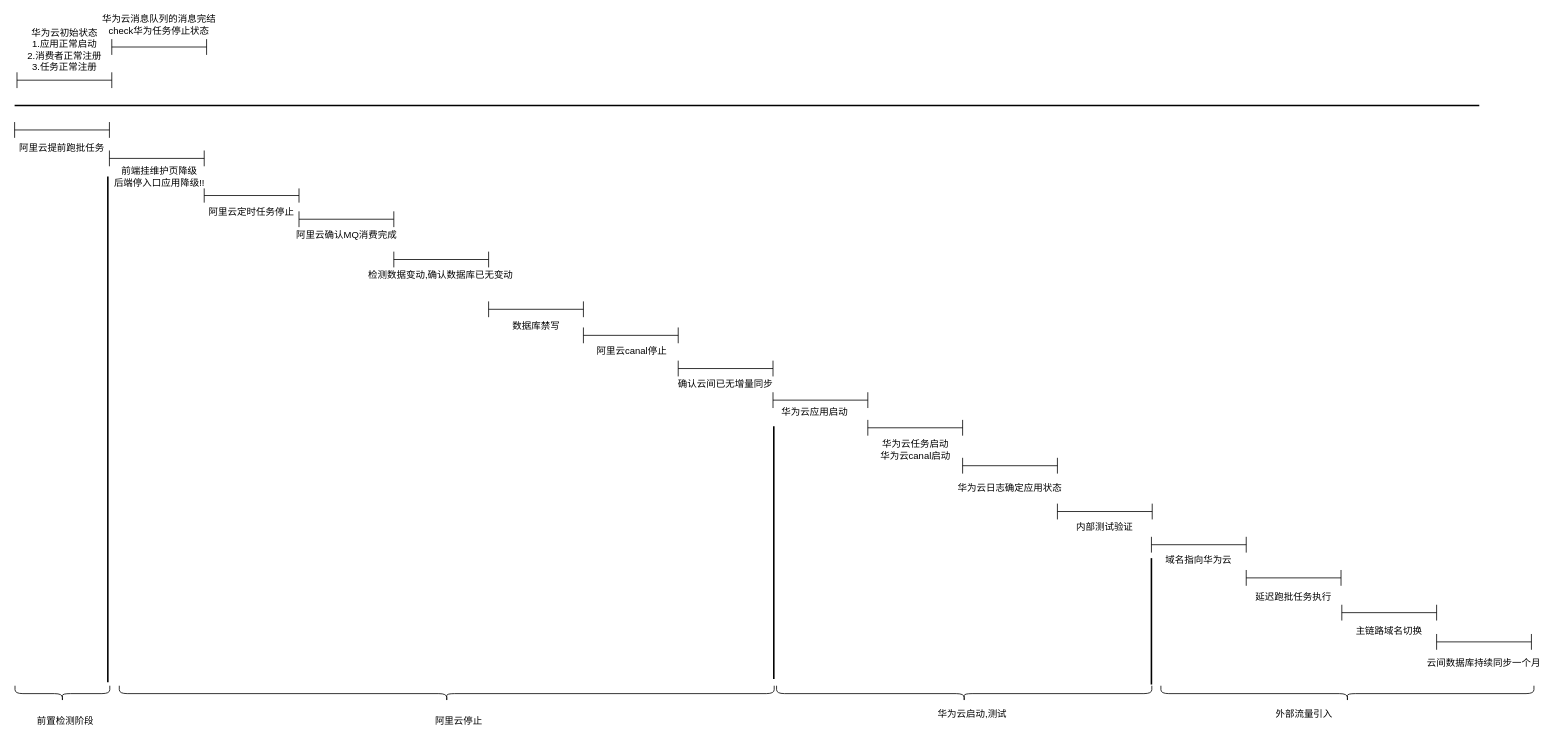
Above: 割接当天.drawio in mingtian110/pc_home (draw.io), before the change. Source tidied: cells renumbered, new cells numbered last; positions are measured from the earlier drawing's top-left corner, leaving out a move shared by most shapes. Both pictures are drawn from the tidied source at 79%, with x=0, y=0 at pixel (14, 17).
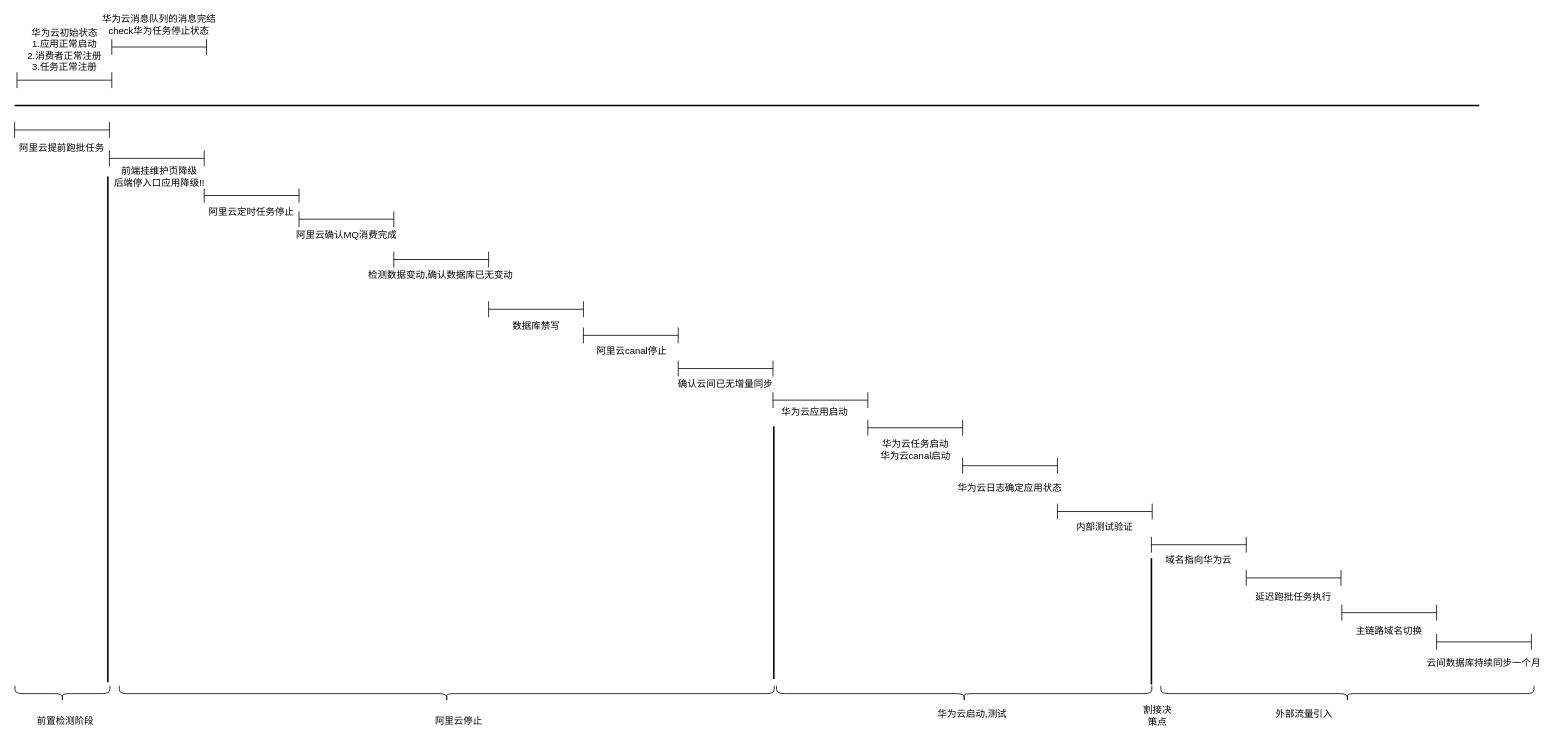
The same page after the edit.

Commit message (it also covers changes not shown here):
更新割接当天.drawio

The edit, as a diff of the source:
```diff
@@
+    <mxCell id="50" value="割接决策点" style="text;html=1;strokeColor=none;fillColor=none;align=center;verticalAlign=middle;whiteSpace=wrap;rounded=0;" parent="1" vertex="1">
+      <mxGeometry x="1427" y="875" width="40" height="20" as="geometry" />
+    </mxCell>
```
